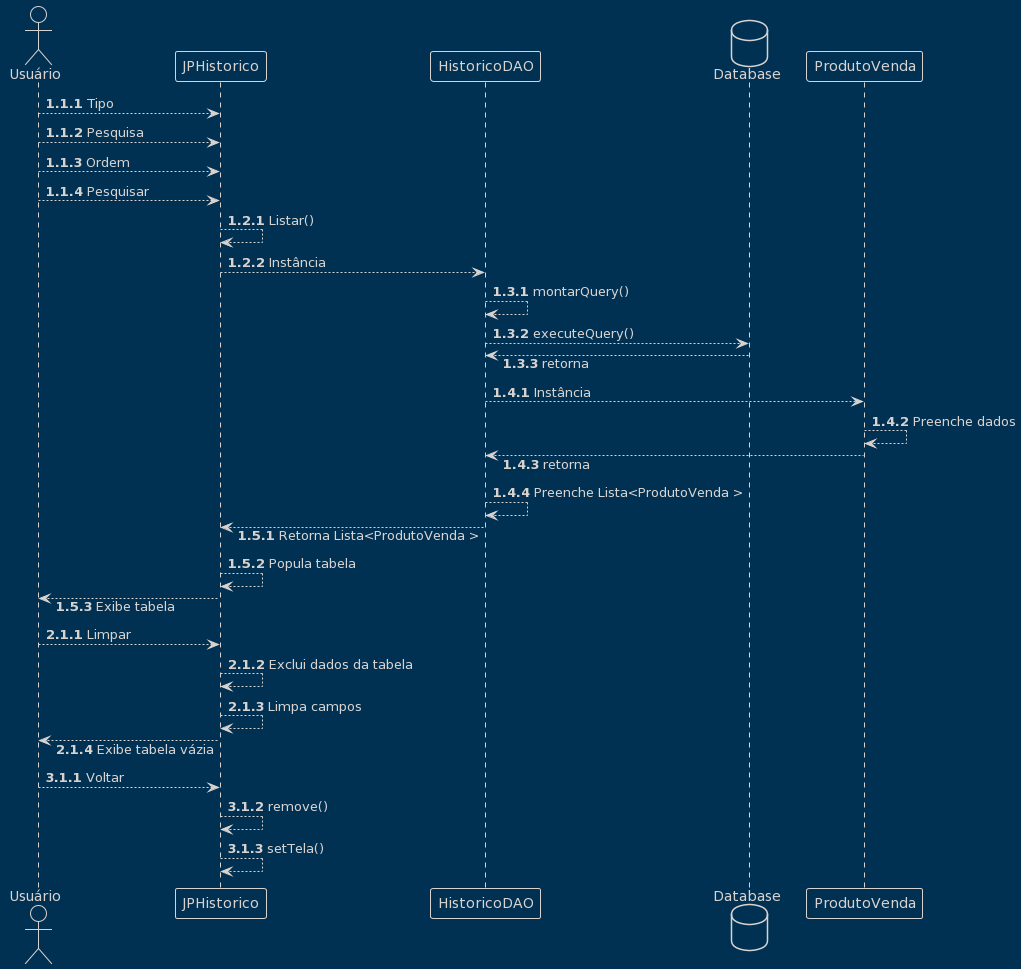
Before: docs/uml/Sequence/Sequence.png, a diagram exported from PlantUML (Flaigor/SalesHistoryManager).
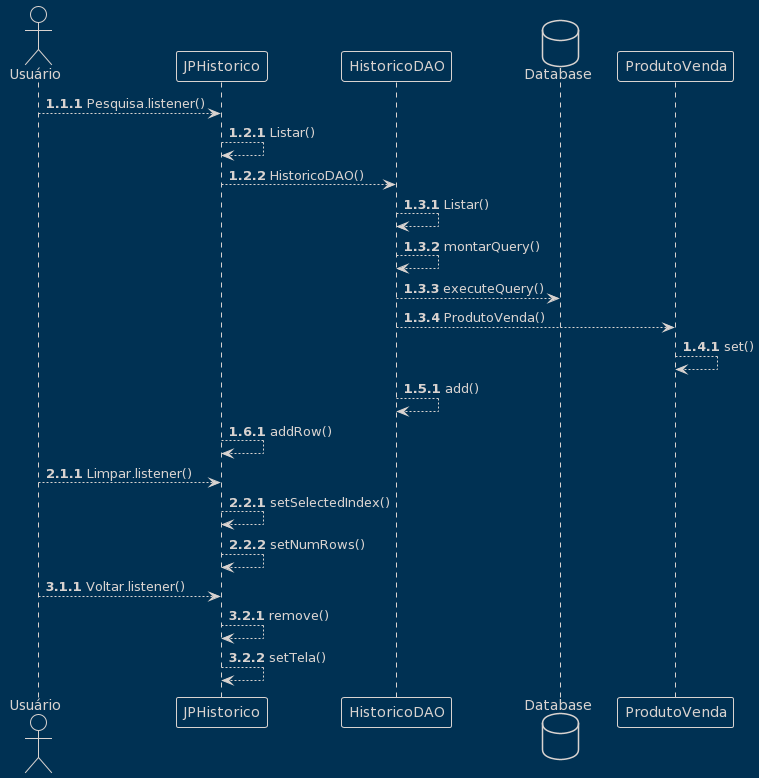
After the commit.

Commit message:
Correções no diagrama de sequência

The edit, as a diff of the source:
```diff
@@ -9,39 +9,39 @@
 participant ProdutoVenda
 
 autonumber 1.1.1
-Usuário --> JPHistorico : Tipo
-Usuário --> JPHistorico : Pesquisa
-Usuário --> JPHistorico : Ordem
-Usuário --> JPHistorico : Pesquisar
+Usuário --> JPHistorico : Pesquisa.listener()
 
 autonumber 1.2.1
 JPHistorico --> JPHistorico : Listar()
-JPHistorico --> HistoricoDAO : Instância
+JPHistorico --> HistoricoDAO : HistoricoDAO()
 
 autonumber 1.3.1
+HistoricoDAO --> HistoricoDAO : Listar()
 HistoricoDAO --> HistoricoDAO : montarQuery()
 HistoricoDAO --> Database : executeQuery()
-Database --> HistoricoDAO : retorna
+HistoricoDAO --> ProdutoVenda : ProdutoVenda()
 
 autonumber 1.4.1
-HistoricoDAO --> ProdutoVenda : Instância
-ProdutoVenda --> ProdutoVenda : Preenche dados
-ProdutoVenda --> HistoricoDAO : retorna
-HistoricoDAO --> HistoricoDAO : Preenche Lista<ProdutoVenda >
+ProdutoVenda --> ProdutoVenda : set()
 
 autonumber 1.5.1
-HistoricoDAO --> JPHistorico : Retorna Lista<ProdutoVenda >
-JPHistorico --> JPHistorico : Popula tabela
-JPHistorico --> Usuário : Exibe tabela
+HistoricoDAO --> HistoricoDAO : add()
+
+autonumber 1.6.1
+JPHistorico --> JPHistorico : addRow()
 
 autonumber 2.1.1
-Usuário --> JPHistorico : Limpar
-JPHistorico --> JPHistorico : Exclui dados da tabela
-JPHistorico --> JPHistorico : Limpa campos
-JPHistorico --> Usuário : Exibe tabela vázia
+Usuário --> JPHistorico : Limpar.listener()
+
+autonumber 2.2.1
+JPHistorico --> JPHistorico : setSelectedIndex()
+JPHistorico --> JPHistorico : setNumRows()
+
 
 autonumber 3.1.1
-Usuário --> JPHistorico : Voltar
+Usuário --> JPHistorico : Voltar.listener()
+
+autonumber 3.2.1
 JPHistorico --> JPHistorico : remove()
 JPHistorico --> JPHistorico : setTela()
 @enduml
```
